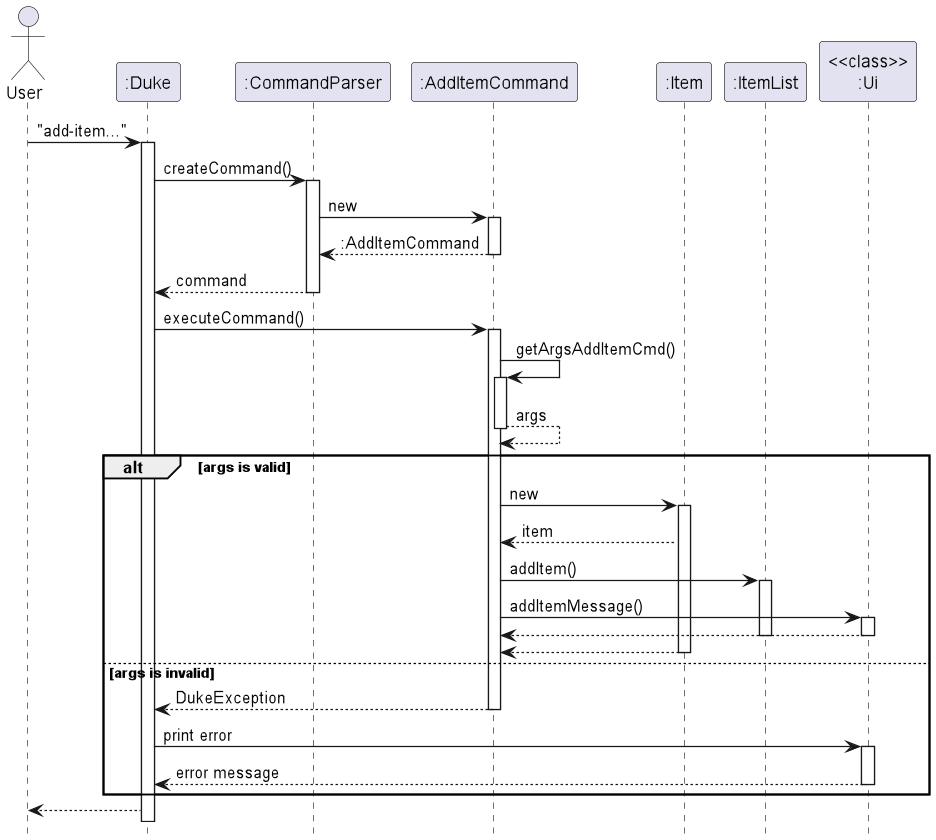
nus-cs2113-AY2223S1/tp keeps this PlantUML diagram as docs/images/AddItemSequence.png. Above is the earlier version. Its source is kept beside it as docs/diagrams/item/AddItemSequence.puml. Its diagram source:
```plantuml
@startuml
hide footbox
Actor User
"User" -> ":Duke": "add-item..."
activate ":Duke"
":Duke" -> ":CommandParser": createCommand()
activate ":CommandParser"
":CommandParser" -> ":AddItemCommand": new
activate ":AddItemCommand"
return :AddItemCommand
":CommandParser" --> ":Duke": command
deactivate
":Duke" -> ":AddItemCommand" : executeCommand()
activate ":AddItemCommand"
":AddItemCommand" -> ":AddItemCommand": getArgsAddItemCmd()
activate ":AddItemCommand"
return args
alt args is valid
    ":AddItemCommand" -> ":Item": new
    activate ":Item"
    ":Item" --> ":AddItemCommand": item
    ":AddItemCommand" -> ":ItemList": addItem()
    activate ":ItemList"
    ":AddItemCommand" -> "<<class>>\n:Ui": addItemMessage()
    activate "<<class>>\n:Ui"
    return
    deactivate ":ItemList"
    return
    deactivate "<<class>>\n:Ui"
    deactivate ":Item"
else args is invalid
    ":AddItemCommand" --> ":Duke" : DukeException
    deactivate ":AddItemCommand"
    ":Duke" -> "<<class>>\n:Ui" : print error
    activate "<<class>>\n:Ui"
    "<<class>>\n:Ui" --> ":Duke" : error message
    deactivate "<<class>>\n:Ui"
end
":Duke" --> "User"
@enduml
```
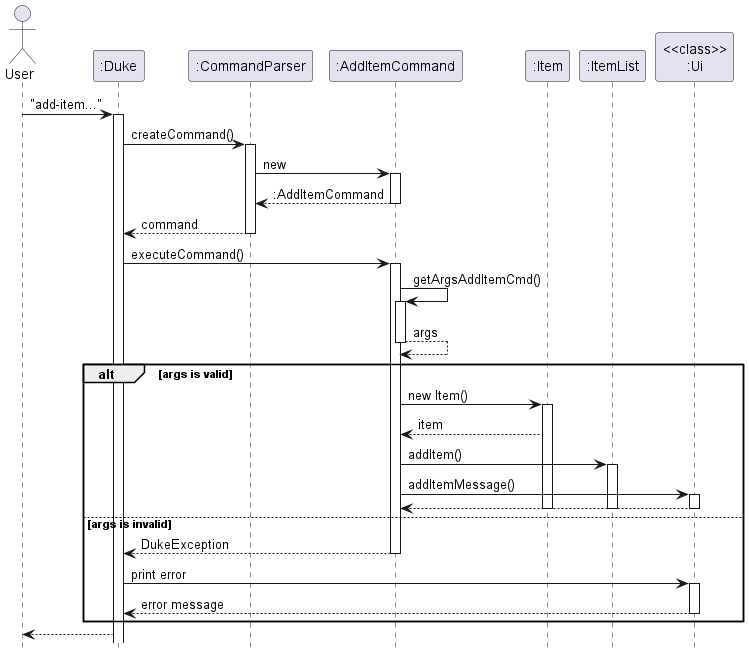
Later version of the same file.

Diff of the diagram source:
```diff
@@ -16,7 +16,7 @@
 activate ":AddItemCommand"
 return args
 alt args is valid
-    ":AddItemCommand" -> ":Item": new
+    ":AddItemCommand" -> ":Item": new Item()
     activate ":Item"
     ":Item" --> ":AddItemCommand": item
     ":AddItemCommand" -> ":ItemList": addItem()
@@ -25,7 +25,6 @@
     activate "<<class>>\n:Ui"
     return
     deactivate ":ItemList"
-    return
     deactivate "<<class>>\n:Ui"
     deactivate ":Item"
 else args is invalid
```
